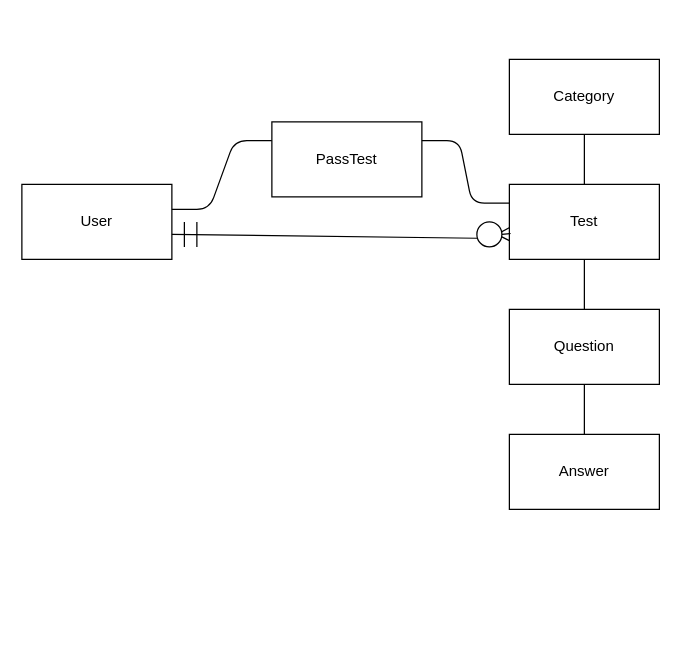
Before: app/models/Untitled Diagram.drawio in VladimirShinkevich/Test-Guru, a draw.io diagram. Source tidied: cells renumbered, new cells numbered last; positions are measured from the earlier drawing's top-left corner, leaving out a move shared by most shapes. Both pictures are drawn from the tidied source at 125%, with x=0, y=0 at pixel (21, 59).
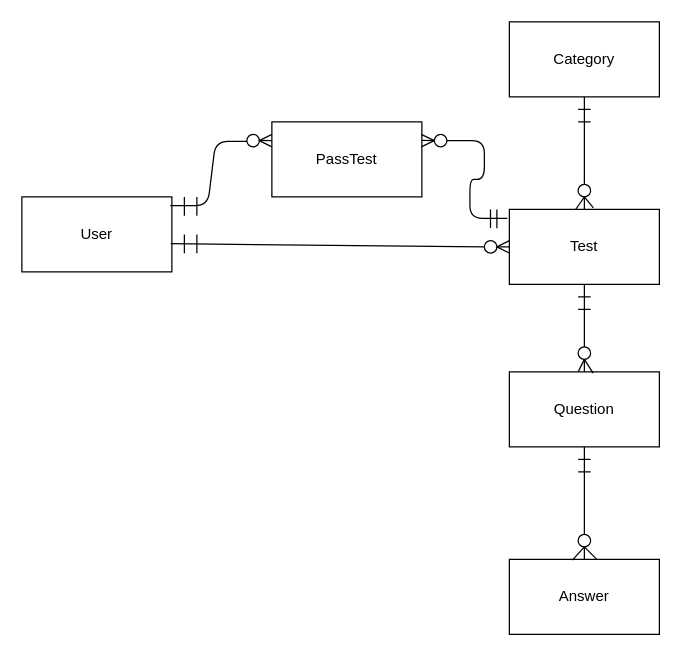
Above is the later version.

Unchanged cells that the change refers to:
```xml
<mxCell id="3" value="PassTest" style="rounded=0;whiteSpace=wrap;html=1;" parent="1" vertex="1">
  <mxGeometry x="200" y="50" width="120" height="60" as="geometry" />
</mxCell>
```

The edit, as a diff of the source:
```diff
@@
     <mxCell id="2" value="User" style="rounded=0;whiteSpace=wrap;html=1;" parent="1" vertex="1">
-      <mxGeometry y="100" width="120" height="60" as="geometry" />
+      <mxGeometry y="110" width="120" height="60" as="geometry" />
     </mxCell>
@@
     <mxCell id="4" value="Test" style="rounded=0;whiteSpace=wrap;html=1;" parent="1" vertex="1">
-      <mxGeometry x="390" y="100" width="120" height="60" as="geometry" />
+      <mxGeometry x="390" y="120" width="120" height="60" as="geometry" />
     </mxCell>
     <mxCell id="5" value="Category" style="rounded=0;whiteSpace=wrap;html=1;" parent="1" vertex="1">
-      <mxGeometry x="390" width="120" height="60" as="geometry" />
+      <mxGeometry x="390" y="-30" width="120" height="60" as="geometry" />
     </mxCell>
-    <mxCell id="6" value="Question" style="rounded=0;whiteSpace=wrap;html=1;" parent="1" vertex="1">
-      <mxGeometry x="390" y="200" width="120" height="60" as="geometry" />
-    </mxCell>
     <mxCell id="7" value="Answer" style="rounded=0;whiteSpace=wrap;html=1;" parent="1" vertex="1">
-      <mxGeometry x="390" y="300" width="120" height="60" as="geometry" />
+      <mxGeometry x="390" y="400" width="120" height="60" as="geometry" />
     </mxCell>
-    <mxCell id="8" style="endArrow=none;html=1;exitX=0.5;exitY=0;exitDx=0;exitDy=0;" parent="1" edge="1" source="4">
-      <mxGeometry relative="1" as="geometry">
-        <mxPoint x="450" y="60" as="targetPoint" />
-      </mxGeometry>
+    <mxCell id="8" style="endArrow=none;html=1;exitX=0.5;exitY=0;exitDx=0;exitDy=0;startArrow=none;entryX=0.5;entryY=1;entryDx=0;entryDy=0;" parent="1" edge="1" source="35" target="5">
+      <mxGeometry relative="1" as="geometry" />
     </mxCell>
-    <mxCell id="9" style="endArrow=none;html=1;" parent="1" edge="1" source="6">
+    <mxCell id="9" style="endArrow=none;html=1;startArrow=none;" parent="1" edge="1" source="44">
       <mxGeometry relative="1" as="geometry">
-        <mxPoint x="450" y="160" as="targetPoint" />
+        <mxPoint x="450" y="180" as="targetPoint" />
       </mxGeometry>
     </mxCell>
-    <mxCell id="10" style="endArrow=none;html=1;" parent="1" edge="1" source="7">
+    <mxCell id="10" style="endArrow=none;html=1;startArrow=none;" parent="1" edge="1" source="6">
       <mxGeometry relative="1" as="geometry">
         <mxPoint x="450" y="260" as="targetPoint" />
       </mxGeometry>
     </mxCell>
-    <mxCell id="11" style="endArrow=none;html=1;entryX=0.008;entryY=0.655;entryDx=0;entryDy=0;entryPerimeter=0;startArrow=none;" parent="1" edge="1" source="18" target="4">
-      <mxGeometry relative="1" as="geometry" />
-    </mxCell>
-    <mxCell id="12" style="endArrow=none;html=1;edgeStyle=entityRelationEdgeStyle;entryX=0;entryY=0.25;entryDx=0;entryDy=0;" parent="1" edge="1" target="3">
-      <mxGeometry relative="1" as="geometry">
-        <mxPoint x="120" y="120" as="sourcePoint" />
-      </mxGeometry>
+    <mxCell id="12" style="endArrow=none;html=1;edgeStyle=entityRelationEdgeStyle;entryX=0.5;entryY=0.552;entryDx=0;entryDy=0;entryPerimeter=0;exitX=0.989;exitY=0.115;exitDx=0;exitDy=0;exitPerimeter=0;" parent="1" edge="1" source="2" target="21">
+      <mxGeometry relative="1" as="geometry" />
     </mxCell>
-    <mxCell id="13" style="endArrow=none;html=1;edgeStyle=entityRelationEdgeStyle;entryX=0;entryY=0.25;entryDx=0;entryDy=0;exitX=1;exitY=0.25;exitDx=0;exitDy=0;" parent="1" edge="1" source="3" target="4">
+    <mxCell id="13" style="endArrow=none;html=1;edgeStyle=entityRelationEdgeStyle;exitX=1;exitY=0.5;exitDx=0;exitDy=0;entryX=-0.013;entryY=0.119;entryDx=0;entryDy=0;entryPerimeter=0;" parent="1" edge="1" source="22" target="4">
       <mxGeometry relative="1" as="geometry" />
     </mxCell>
     <mxCell id="14" style="endArrow=none;html=1;" parent="1" edge="1">
       <mxGeometry relative="1" as="geometry">
-        <mxPoint x="130" y="150" as="sourcePoint" />
-        <mxPoint x="130" y="130" as="targetPoint" />
+        <mxPoint x="130" y="155" as="sourcePoint" />
+        <mxPoint x="130" y="140" as="targetPoint" />
       </mxGeometry>
     </mxCell>
-    <mxCell id="15" style="endArrow=none;html=1;" parent="1" edge="1">
-      <mxGeometry relative="1" as="geometry">
-        <mxPoint x="140" y="150" as="sourcePoint" />
-        <mxPoint x="140" y="130" as="targetPoint" />
-      </mxGeometry>
-    </mxCell>
-    <mxCell id="16" style="endArrow=none;html=1;entryX=-0.001;entryY=0.579;entryDx=0;entryDy=0;entryPerimeter=0;" parent="1" edge="1" target="4">
-      <mxGeometry relative="1" as="geometry">
-        <mxPoint x="380" y="140" as="sourcePoint" />
-      </mxGeometry>
-    </mxCell>
-    <mxCell id="17" style="endArrow=none;html=1;exitX=0;exitY=0.75;exitDx=0;exitDy=0;" parent="1" edge="1" source="4">
-      <mxGeometry relative="1" as="geometry">
-        <mxPoint x="380" y="140" as="targetPoint" />
-      </mxGeometry>
-    </mxCell>
     <mxCell id="18" style="ellipse;whiteSpace=wrap;html=1;" parent="1" vertex="1">
-      <mxGeometry x="364" y="130" width="20" height="20" as="geometry" />
+      <mxGeometry x="370" y="145" width="10" height="10" as="geometry" />
     </mxCell>
-    <mxCell id="19" style="endArrow=none;html=1;entryX=0.008;entryY=0.655;entryDx=0;entryDy=0;entryPerimeter=0;" parent="1" edge="1" target="18">
-      <mxGeometry relative="1" as="geometry">
-        <mxPoint x="120" y="140" as="sourcePoint" />
-      </mxGeometry>
+    <mxCell id="19" style="endArrow=none;html=1;entryX=0;entryY=0.5;entryDx=0;entryDy=0;exitX=0.992;exitY=0.624;exitDx=0;exitDy=0;exitPerimeter=0;" parent="1" edge="1" source="2" target="18">
+      <mxGeometry relative="1" as="geometry" />
     </mxCell>
+    <mxCell id="20" style="endArrow=none;html=1;" parent="1" edge="1">
+      <mxGeometry relative="1" as="geometry">
+        <mxPoint x="140" y="155" as="sourcePoint" />
+        <mxPoint x="140" y="140" as="targetPoint" />
+      </mxGeometry>
+    </mxCell>
+    <mxCell id="21" style="ellipse;whiteSpace=wrap;html=1;" parent="1" vertex="1">
+      <mxGeometry x="180" y="60" width="10" height="10" as="geometry" />
+    </mxCell>
+    <mxCell id="22" style="ellipse;whiteSpace=wrap;html=1;" parent="1" vertex="1">
+      <mxGeometry x="330" y="60" width="10" height="10" as="geometry" />
+    </mxCell>
+    <mxCell id="11" style="endArrow=none;html=1;entryX=0;entryY=0.5;entryDx=0;entryDy=0;exitX=1;exitY=0.5;exitDx=0;exitDy=0;" parent="1" edge="1" source="18" target="4">
+      <mxGeometry relative="1" as="geometry" />
+    </mxCell>
+    <mxCell id="23" style="endArrow=none;html=1;entryX=0;entryY=0.584;entryDx=0;entryDy=0;entryPerimeter=0;exitX=1;exitY=0.5;exitDx=0;exitDy=0;" parent="1" edge="1" source="18">
+      <mxGeometry relative="1" as="geometry">
+        <mxPoint x="390" y="145" as="targetPoint" />
+      </mxGeometry>
+    </mxCell>
+    <mxCell id="24" style="endArrow=none;html=1;entryX=1;entryY=0.5;entryDx=0;entryDy=0;exitX=-0.001;exitY=0.582;exitDx=0;exitDy=0;exitPerimeter=0;" parent="1" edge="1" source="4" target="18">
+      <mxGeometry relative="1" as="geometry" />
+    </mxCell>
+    <mxCell id="25" style="endArrow=none;html=1;entryX=1;entryY=0.5;entryDx=0;entryDy=0;exitX=0.004;exitY=0.671;exitDx=0;exitDy=0;exitPerimeter=0;" parent="1" edge="1">
+      <mxGeometry relative="1" as="geometry">
+        <mxPoint x="200" y="65" as="sourcePoint" />
+        <mxPoint x="189.5" y="64.8" as="targetPoint" />
+      </mxGeometry>
+    </mxCell>
+    <mxCell id="26" style="endArrow=none;html=1;entryX=0;entryY=0.584;entryDx=0;entryDy=0;entryPerimeter=0;" parent="1" edge="1">
+      <mxGeometry relative="1" as="geometry">
+        <mxPoint x="190" y="65" as="sourcePoint" />
+        <mxPoint x="200" y="60" as="targetPoint" />
+      </mxGeometry>
+    </mxCell>
+    <mxCell id="27" style="endArrow=none;html=1;entryX=0;entryY=0.584;entryDx=0;entryDy=0;entryPerimeter=0;exitX=1;exitY=0.5;exitDx=0;exitDy=0;" parent="1" edge="1">
+      <mxGeometry relative="1" as="geometry">
+        <mxPoint x="190" y="65" as="sourcePoint" />
+        <mxPoint x="200" y="70" as="targetPoint" />
+      </mxGeometry>
+    </mxCell>
+    <mxCell id="28" style="endArrow=none;html=1;entryX=1;entryY=0.5;entryDx=0;entryDy=0;exitX=0.004;exitY=0.671;exitDx=0;exitDy=0;exitPerimeter=0;" parent="1" edge="1">
+      <mxGeometry relative="1" as="geometry">
+        <mxPoint x="330.5" y="65" as="sourcePoint" />
+        <mxPoint x="320" y="64.8" as="targetPoint" />
+      </mxGeometry>
+    </mxCell>
+    <mxCell id="29" style="endArrow=none;html=1;entryX=1;entryY=0.5;entryDx=0;entryDy=0;exitX=0;exitY=0.5;exitDx=0;exitDy=0;" parent="1" edge="1" source="22">
+      <mxGeometry relative="1" as="geometry">
+        <mxPoint x="319.5" y="70" as="targetPoint" />
+      </mxGeometry>
+    </mxCell>
+    <mxCell id="30" style="endArrow=none;html=1;entryX=1;entryY=0.5;entryDx=0;entryDy=0;exitX=0;exitY=0.5;exitDx=0;exitDy=0;" parent="1" edge="1" source="22">
+      <mxGeometry relative="1" as="geometry">
+        <mxPoint x="319.5" y="60" as="targetPoint" />
+      </mxGeometry>
+    </mxCell>
+    <mxCell id="31" style="endArrow=none;html=1;" parent="1" edge="1">
+      <mxGeometry relative="1" as="geometry">
+        <mxPoint x="130" y="125" as="sourcePoint" />
+        <mxPoint x="130" y="110" as="targetPoint" />
+      </mxGeometry>
+    </mxCell>
+    <mxCell id="32" style="endArrow=none;html=1;" parent="1" edge="1">
+      <mxGeometry relative="1" as="geometry">
+        <mxPoint x="140" y="125" as="sourcePoint" />
+        <mxPoint x="140" y="110" as="targetPoint" />
+      </mxGeometry>
+    </mxCell>
+    <mxCell id="33" style="endArrow=none;html=1;" parent="1" edge="1">
+      <mxGeometry relative="1" as="geometry">
+        <mxPoint x="374.9" y="135" as="sourcePoint" />
+        <mxPoint x="374.9" y="120" as="targetPoint" />
+        <Array as="points">
+          <mxPoint x="374.9" y="125" />
+        </Array>
+      </mxGeometry>
+    </mxCell>
+    <mxCell id="34" style="endArrow=none;html=1;" parent="1" edge="1">
+      <mxGeometry relative="1" as="geometry">
+        <mxPoint x="380" y="135" as="sourcePoint" />
+        <mxPoint x="380" y="120" as="targetPoint" />
+      </mxGeometry>
+    </mxCell>
+    <mxCell id="35" style="ellipse;whiteSpace=wrap;html=1;" parent="1" vertex="1">
+      <mxGeometry x="445" y="100" width="10" height="10" as="geometry" />
+    </mxCell>
+    <mxCell id="36" style="endArrow=none;html=1;exitX=0.5;exitY=0;exitDx=0;exitDy=0;" parent="1" edge="1" source="4" target="35">
+      <mxGeometry relative="1" as="geometry" />
+    </mxCell>
+    <mxCell id="37" style="endArrow=none;html=1;exitX=0.441;exitY=0.005;exitDx=0;exitDy=0;exitPerimeter=0;entryX=0.5;entryY=1;entryDx=0;entryDy=0;" parent="1" edge="1" source="4" target="35">
+      <mxGeometry relative="1" as="geometry" />
+    </mxCell>
+    <mxCell id="38" style="endArrow=none;html=1;exitX=0.56;exitY=-0.019;exitDx=0;exitDy=0;exitPerimeter=0;entryX=0.5;entryY=1;entryDx=0;entryDy=0;" parent="1" edge="1" source="4" target="35">
+      <mxGeometry relative="1" as="geometry" />
+    </mxCell>
+    <mxCell id="39" style="endArrow=none;html=1;" parent="1" edge="1">
+      <mxGeometry relative="1" as="geometry">
+        <mxPoint x="445" y="40" as="sourcePoint" />
+        <mxPoint x="455" y="40" as="targetPoint" />
+      </mxGeometry>
+    </mxCell>
+    <mxCell id="40" style="endArrow=none;html=1;" parent="1" edge="1">
+      <mxGeometry relative="1" as="geometry">
+        <mxPoint x="445" y="50" as="sourcePoint" />
+        <mxPoint x="455" y="50" as="targetPoint" />
+      </mxGeometry>
+    </mxCell>
+    <mxCell id="6" value="Question" style="rounded=0;whiteSpace=wrap;html=1;" parent="1" vertex="1">
+      <mxGeometry x="390" y="250" width="120" height="60" as="geometry" />
+    </mxCell>
+    <mxCell id="41" style="endArrow=none;html=1;startArrow=none;" parent="1" edge="1" source="50" target="6">
+      <mxGeometry relative="1" as="geometry" />
+    </mxCell>
+    <mxCell id="42" style="endArrow=none;html=1;" parent="1" edge="1">
+      <mxGeometry relative="1" as="geometry">
+        <mxPoint x="445" y="190" as="sourcePoint" />
+        <mxPoint x="455" y="190" as="targetPoint" />
+      </mxGeometry>
+    </mxCell>
+    <mxCell id="43" style="endArrow=none;html=1;" parent="1" edge="1">
+      <mxGeometry relative="1" as="geometry">
+        <mxPoint x="445" y="200" as="sourcePoint" />
+        <mxPoint x="455" y="200" as="targetPoint" />
+      </mxGeometry>
+    </mxCell>
+    <mxCell id="44" style="ellipse;whiteSpace=wrap;html=1;" parent="1" vertex="1">
+      <mxGeometry x="445" y="230" width="10" height="10" as="geometry" />
+    </mxCell>
+    <mxCell id="45" style="endArrow=none;html=1;" parent="1" edge="1" source="6" target="44">
+      <mxGeometry relative="1" as="geometry" />
+    </mxCell>
+    <mxCell id="46" style="endArrow=none;html=1;exitX=0.441;exitY=0.005;exitDx=0;exitDy=0;exitPerimeter=0;entryX=0.5;entryY=1;entryDx=0;entryDy=0;" parent="1" edge="1" target="44">
+      <mxGeometry relative="1" as="geometry">
+        <mxPoint x="445" y="250" as="sourcePoint" />
+      </mxGeometry>
+    </mxCell>
+    <mxCell id="47" style="endArrow=none;html=1;entryX=0.5;entryY=1;entryDx=0;entryDy=0;" parent="1" edge="1" target="44">
+      <mxGeometry relative="1" as="geometry">
+        <mxPoint x="457" y="251" as="sourcePoint" />
+      </mxGeometry>
+    </mxCell>
+    <mxCell id="48" style="endArrow=none;html=1;" parent="1" edge="1">
+      <mxGeometry relative="1" as="geometry">
+        <mxPoint x="445" y="320" as="sourcePoint" />
+        <mxPoint x="455" y="320" as="targetPoint" />
+      </mxGeometry>
+    </mxCell>
+    <mxCell id="49" style="endArrow=none;html=1;" parent="1" edge="1">
+      <mxGeometry relative="1" as="geometry">
+        <mxPoint x="445" y="330" as="sourcePoint" />
+        <mxPoint x="455" y="330" as="targetPoint" />
+      </mxGeometry>
+    </mxCell>
+    <mxCell id="50" style="ellipse;whiteSpace=wrap;html=1;" parent="1" vertex="1">
+      <mxGeometry x="445" y="380" width="10" height="10" as="geometry" />
+    </mxCell>
+    <mxCell id="51" style="endArrow=none;html=1;" parent="1" edge="1" source="7" target="50">
+      <mxGeometry relative="1" as="geometry" />
+    </mxCell>
+    <mxCell id="52" style="endArrow=none;html=1;exitX=0.5;exitY=1;exitDx=0;exitDy=0;entryX=0.42;entryY=0.01;entryDx=0;entryDy=0;entryPerimeter=0;" parent="1" edge="1" source="50" target="7">
+      <mxGeometry relative="1" as="geometry" />
+    </mxCell>
+    <mxCell id="53" style="endArrow=none;html=1;exitX=0.5;exitY=1;exitDx=0;exitDy=0;entryX=0.583;entryY=0;entryDx=0;entryDy=0;entryPerimeter=0;" parent="1" edge="1" source="50" target="7">
+      <mxGeometry relative="1" as="geometry" />
+    </mxCell>
```
